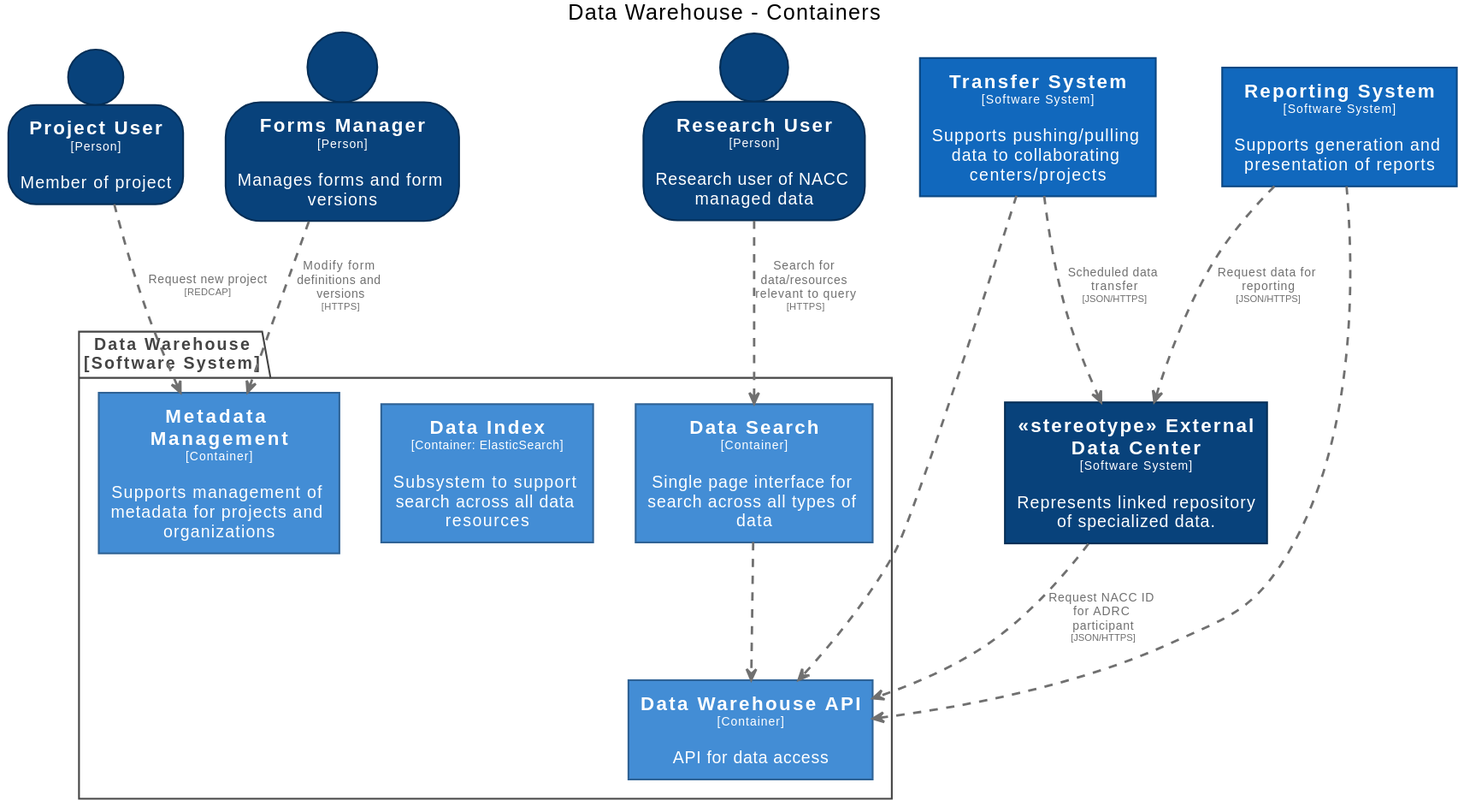
Above: docs/images/structurizr-WarehouseContainers.svg in naccdata/system-design (PlantUML), before the change. Its diagram source:
```plantuml
@startuml
title Data Warehouse - Containers

top to bottom direction

skinparam {
  shadowing false
  arrowFontSize 10
  defaultTextAlignment center
  wrapWidth 200
  maxMessageSize 100
}

hide stereotype

skinparam rectangle<<stereotypeExternalDataCenter>> {
  BackgroundColor #08427b
  FontColor #ffffff
  BorderColor #052e56
}
skinparam rectangle<<DataWarehouse.DataIndex>> {
  BackgroundColor #438dd5
  FontColor #ffffff
  BorderColor #2e6295
}
skinparam rectangle<<DataWarehouse.DataSearch>> {
  BackgroundColor #438dd5
  FontColor #ffffff
  BorderColor #2e6295
}
skinparam rectangle<<DataWarehouse.DataWarehouseAPI>> {
  BackgroundColor #438dd5
  FontColor #ffffff
  BorderColor #2e6295
}
skinparam person<<FormsManager>> {
  BackgroundColor #08427b
  FontColor #ffffff
  BorderColor #052e56
}
skinparam rectangle<<DataWarehouse.MetadataManagement>> {
  BackgroundColor #438dd5
  FontColor #ffffff
  BorderColor #2e6295
}
skinparam person<<ProjectUser>> {
  BackgroundColor #08427b
  FontColor #ffffff
  BorderColor #052e56
}
skinparam rectangle<<ReportingSystem>> {
  BackgroundColor #1168bd
  FontColor #ffffff
  BorderColor #0b4884
}
skinparam person<<ResearchUser>> {
  BackgroundColor #08427b
  FontColor #ffffff
  BorderColor #052e56
}
skinparam rectangle<<TransferSystem>> {
  BackgroundColor #1168bd
  FontColor #ffffff
  BorderColor #0b4884
}

person "==Project User\n<size:10>[Person]</size>\n\nMember of project" <<ProjectUser>> as ProjectUser
person "==Forms Manager\n<size:10>[Person]</size>\n\nManages forms and form versions" <<FormsManager>> as FormsManager
person "==Research User\n<size:10>[Person]</size>\n\nResearch user of NACC managed data" <<ResearchUser>> as ResearchUser
rectangle "==<<stereotype>> External Data Center\n<size:10>[Software System]</size>\n\nRepresents linked repository of specialized data." <<stereotypeExternalDataCenter>> as stereotypeExternalDataCenter
rectangle "==Transfer System\n<size:10>[Software System]</size>\n\nSupports pushing/pulling data to collaborating centers/projects" <<TransferSystem>> as TransferSystem
rectangle "==Reporting System\n<size:10>[Software System]</size>\n\nSupports generation and presentation of reports" <<ReportingSystem>> as ReportingSystem

package "Data Warehouse\n[Software System]" <<DataWarehouse>> {
  skinparam PackageBorderColor<<DataWarehouse>> #444444
  skinparam PackageFontColor<<DataWarehouse>> #444444

  rectangle "==Data Search\n<size:10>[Container]</size>\n\nSingle page interface for search across all types of data" <<DataWarehouse.DataSearch>> as DataWarehouse.DataSearch
  rectangle "==Data Index\n<size:10>[Container: ElasticSearch]</size>\n\nSubsystem to support search across all data resources" <<DataWarehouse.DataIndex>> as DataWarehouse.DataIndex
  rectangle "==Data Warehouse API\n<size:10>[Container]</size>\n\nAPI for data access" <<DataWarehouse.DataWarehouseAPI>> as DataWarehouse.DataWarehouseAPI
  rectangle "==Metadata Management\n<size:10>[Container]</size>\n\nSupports management of metadata for projects and organizations" <<DataWarehouse.MetadataManagement>> as DataWarehouse.MetadataManagement
}

FormsManager .[#707070,thickness=2].> DataWarehouse.MetadataManagement : "<color:#707070>Modify form definitions and versions\n<color:#707070><size:8>[HTTPS]</size>"
ResearchUser .[#707070,thickness=2].> DataWarehouse.DataSearch : "<color:#707070>Search for data/resources relevant to query\n<color:#707070><size:8>[HTTPS]</size>"
stereotypeExternalDataCenter .[#707070,thickness=2].> DataWarehouse.DataWarehouseAPI : "<color:#707070>Request NACC ID for ADRC participant\n<color:#707070><size:8>[JSON/HTTPS]</size>"
ReportingSystem .[#707070,thickness=2].> stereotypeExternalDataCenter : "<color:#707070>Request data for reporting\n<color:#707070><size:8>[JSON/HTTPS]</size>"
TransferSystem .[#707070,thickness=2].> stereotypeExternalDataCenter : "<color:#707070>Scheduled data transfer\n<color:#707070><size:8>[JSON/HTTPS]</size>"
DataWarehouse.DataSearch .[#707070,thickness=2].> DataWarehouse.DataWarehouseAPI : "<color:#707070>"
TransferSystem .[#707070,thickness=2].> DataWarehouse.DataWarehouseAPI : "<color:#707070>"
ReportingSystem .[#707070,thickness=2].> DataWarehouse.DataWarehouseAPI : "<color:#707070>"
ProjectUser .[#707070,thickness=2].> DataWarehouse.MetadataManagement : "<color:#707070>Request new project\n<color:#707070><size:8>[REDCAP]</size>"
@enduml
```
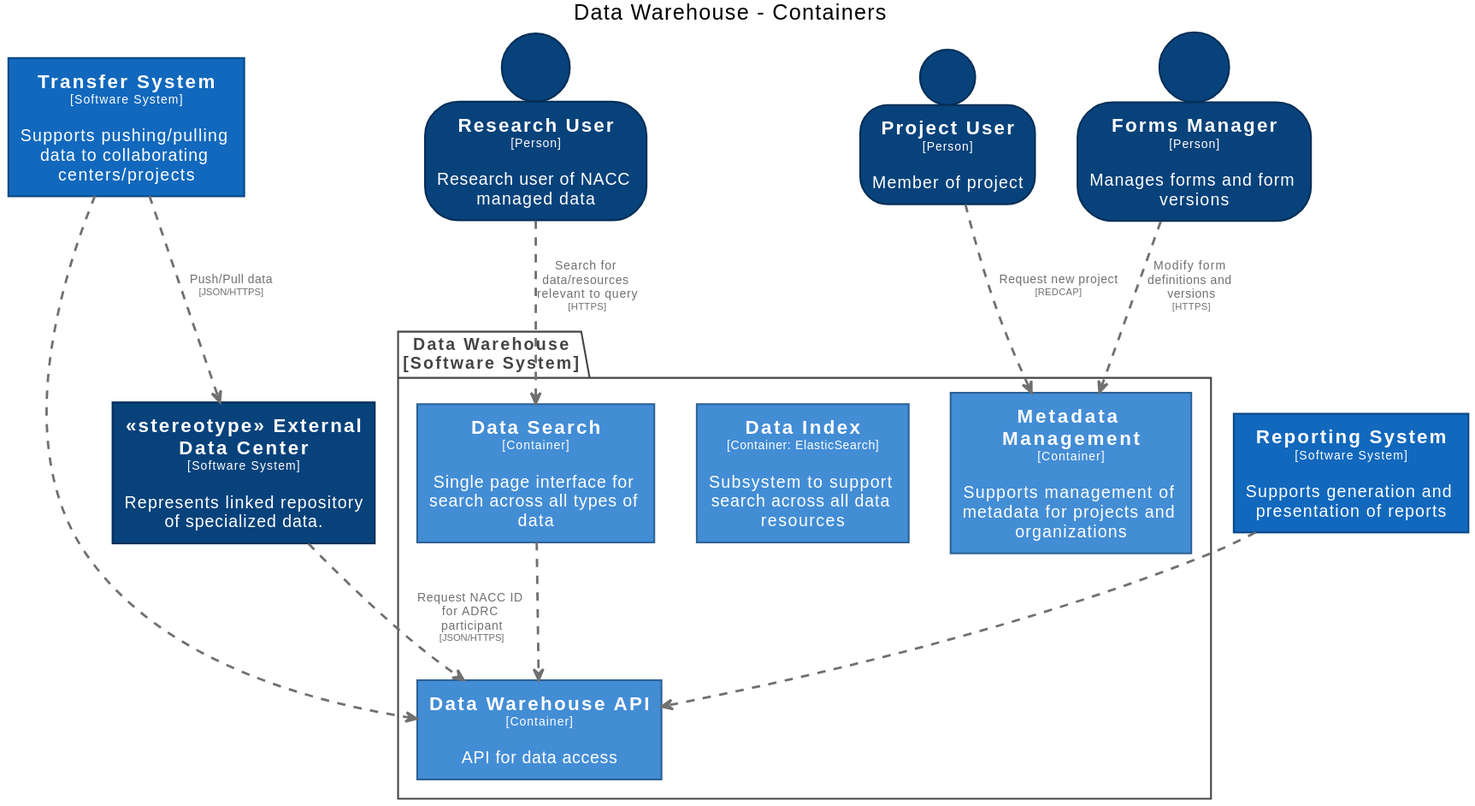
Later version of the same file.

What changed in the source:
```diff
@@ -84,8 +84,7 @@
 FormsManager .[#707070,thickness=2].> DataWarehouse.MetadataManagement : "<color:#707070>Modify form definitions and versions\n<color:#707070><size:8>[HTTPS]</size>"
 ResearchUser .[#707070,thickness=2].> DataWarehouse.DataSearch : "<color:#707070>Search for data/resources relevant to query\n<color:#707070><size:8>[HTTPS]</size>"
 stereotypeExternalDataCenter .[#707070,thickness=2].> DataWarehouse.DataWarehouseAPI : "<color:#707070>Request NACC ID for ADRC participant\n<color:#707070><size:8>[JSON/HTTPS]</size>"
-ReportingSystem .[#707070,thickness=2].> stereotypeExternalDataCenter : "<color:#707070>Request data for reporting\n<color:#707070><size:8>[JSON/HTTPS]</size>"
-TransferSystem .[#707070,thickness=2].> stereotypeExternalDataCenter : "<color:#707070>Scheduled data transfer\n<color:#707070><size:8>[JSON/HTTPS]</size>"
+TransferSystem .[#707070,thickness=2].> stereotypeExternalDataCenter : "<color:#707070>Push/Pull data\n<color:#707070><size:8>[JSON/HTTPS]</size>"
 DataWarehouse.DataSearch .[#707070,thickness=2].> DataWarehouse.DataWarehouseAPI : "<color:#707070>"
 TransferSystem .[#707070,thickness=2].> DataWarehouse.DataWarehouseAPI : "<color:#707070>"
 ReportingSystem .[#707070,thickness=2].> DataWarehouse.DataWarehouseAPI : "<color:#707070>"
```
